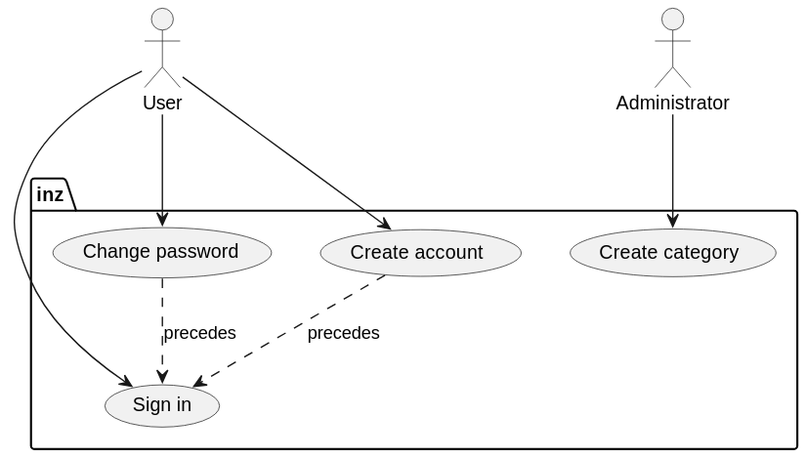
Above: uml/render/usecase.svg in krzysdz/inz-doc (PlantUML), before the change. Source of this version:
```plantuml
@startuml
actor User as u
actor Administrator as a
package inz {
	usecase "Create account" as register
	usecase "Sign in" as sign_in
	usecase "Change password" as chg_pass

	usecase "Create category" as add_category
}

u --> register
u --> sign_in
u --> chg_pass

register .-> sign_in : precedes
chg_pass .-> sign_in : precedes

a --> add_category
@enduml
```
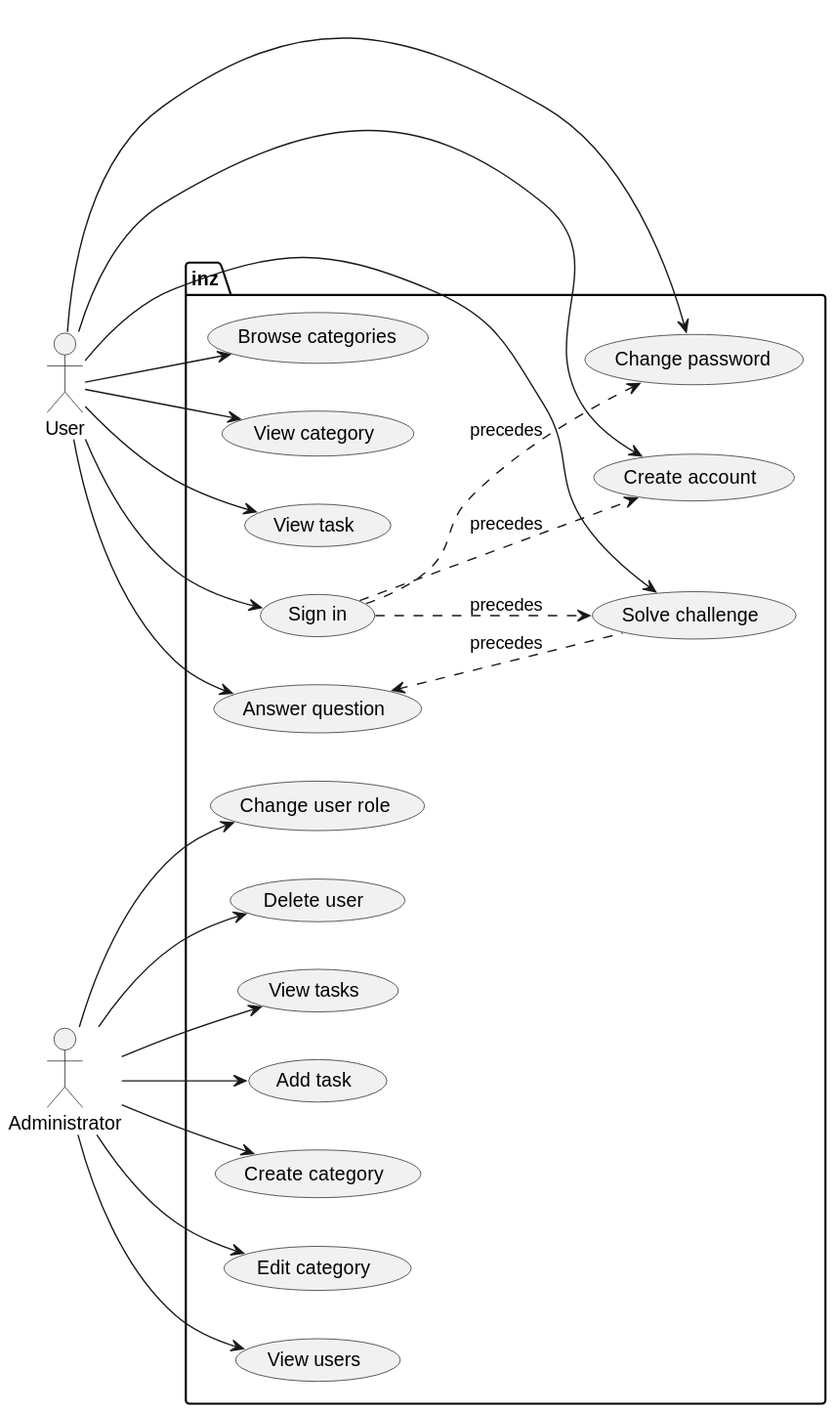
Above is the later version.

Commit message:
Finish use case diagram

The edit, as a diff of the source:
```diff
@@ -1,20 +1,47 @@
 @startuml
+left to right direction
+
 actor User as u
 actor Administrator as a
+
 package inz {
 	usecase "Create account" as register
 	usecase "Sign in" as sign_in
 	usecase "Change password" as chg_pass
+	usecase "Browse categories" as browse_cat
+	usecase "View category" as view_cat
+	usecase "View task" as view_task
+	usecase "Solve challenge" as solve_challenge
+	usecase "Answer question" as answer
 
 	usecase "Create category" as add_category
+	usecase "Edit category" as edit_category
+	usecase "View users" as view_users
+	usecase "Change user role" as chg_role
+	usecase "Delete user" as del_user
+	usecase "View tasks" as view_tasks
+	usecase "Add task" as add_task
 }
 
 u --> register
 u --> sign_in
 u --> chg_pass
+u --> browse_cat
+u --> view_cat
+u --> view_task
+u --> solve_challenge
+u --> answer
 
-register .-> sign_in : precedes
-chg_pass .-> sign_in : precedes
+sign_in .-> register : precedes
+sign_in .-> chg_pass : precedes
+sign_in .-> solve_challenge : precedes
+answer <-. solve_challenge : precedes
 
 a --> add_category
+a --> edit_category
+a --> view_users
+a --> chg_role
+a --> del_user
+a --> view_tasks
+a --> add_task
 @enduml
```
